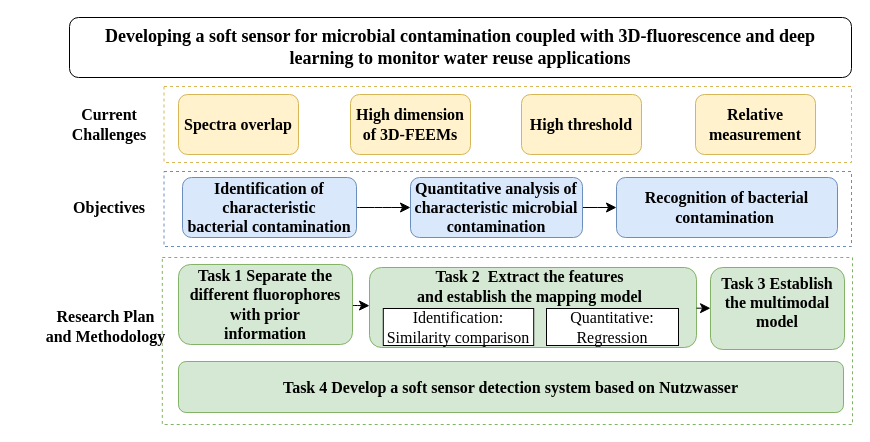
chbambooshoot/digram keeps this draw.io diagram as hb_new.drawio. Above is the earlier version. Source tidied: cells renumbered, new cells numbered last; positions are measured from the earlier drawing's top-left corner, leaving out a move shared by most shapes. Both pictures are drawn from the tidied source at 100%, with x=0, y=0 at pixel (17, 17).
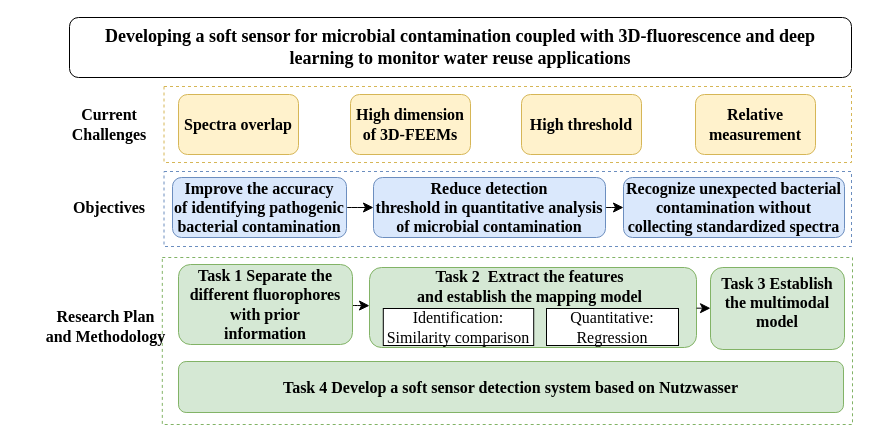
Above is the later version.

What changed in the source:
```diff
@@
-    <mxCell id="13" value="&lt;a name=&quot;OLE_LINK10&quot;&gt;&lt;span lang=&quot;EN-US&quot; style=&quot;font-size:12.0pt;font-family:&amp;quot;Times New Roman&amp;quot;,serif;mso-fareast-font-family:&lt;br/&gt;等线;mso-fareast-theme-font:minor-fareast;mso-font-kerning:1.0pt;mso-ansi-language:&lt;br/&gt;EN-US;mso-fareast-language:ZH-CN;mso-bidi-language:AR-SA&quot;&gt;Identification of characteristic&lt;br&gt;bacterial contamination&lt;/span&gt;&lt;/a&gt;" style="rounded=1;whiteSpace=wrap;html=1;fontSize=16;fillColor=#dae8fc;strokeColor=#6c8ebf;fontFamily=Times New Roman;fontStyle=1;" parent="1" vertex="1">
-      <mxGeometry x="165" y="160" width="174" height="60" as="geometry" />
+    <mxCell id="13" value="&lt;a name=&quot;_Hlk170631194&quot;&gt;&lt;span style=&quot;font-size:12.0pt;font-family:&amp;quot;Times New Roman&amp;quot;,serif;mso-fareast-font-family:&lt;br/&gt;等线;mso-fareast-theme-font:minor-fareast;mso-font-kerning:1.0pt;mso-ansi-language:&lt;br/&gt;EN-US;mso-fareast-language:ZH-CN;mso-bidi-language:AR-SA&quot; lang=&quot;EN-US&quot;&gt;Improve the accuracy&lt;br/&gt;of identifying pathogenic bacterial contamination&lt;/span&gt;&lt;/a&gt;" style="rounded=1;whiteSpace=wrap;html=1;fontSize=16;fillColor=#dae8fc;strokeColor=#6c8ebf;fontFamily=Times New Roman;fontStyle=1;" parent="1" vertex="1">
+      <mxGeometry x="155" y="160" width="174" height="60" as="geometry" />
     </mxCell>
@@
-    <mxCell id="15" value="&lt;span lang=&quot;EN-US&quot; style=&quot;font-size:12.0pt;font-family:&lt;br/&gt;&amp;quot;Times New Roman&amp;quot;,serif;mso-fareast-font-family:等线;mso-fareast-theme-font:minor-fareast;&lt;br/&gt;mso-font-kerning:1.0pt;mso-ansi-language:EN-US;mso-fareast-language:ZH-CN;&lt;br/&gt;mso-bidi-language:AR-SA&quot;&gt;Quantitative analysis of characteristic microbial&lt;br&gt;contamination&lt;/span&gt;" style="whiteSpace=wrap;html=1;fontSize=16;rounded=1;fillColor=#dae8fc;strokeColor=#6c8ebf;fontFamily=Times New Roman;fontStyle=1;" parent="1" vertex="1">
-      <mxGeometry x="393" y="160" width="172" height="60" as="geometry" />
+    <mxCell id="15" value="&lt;a name=&quot;_Hlk170631204&quot;&gt;&lt;span style=&quot;font-size:12.0pt;font-family:&amp;quot;Times New Roman&amp;quot;,serif;mso-fareast-font-family:&lt;br/&gt;等线;mso-fareast-theme-font:minor-fareast;mso-font-kerning:1.0pt;mso-ansi-language:&lt;br/&gt;EN-US;mso-fareast-language:ZH-CN;mso-bidi-language:AR-SA&quot; lang=&quot;EN-US&quot;&gt;Reduce detection&lt;br/&gt;threshold in quantitative analysis of microbial contamination&lt;/span&gt;&lt;/a&gt;" style="whiteSpace=wrap;html=1;fontSize=16;rounded=1;fillColor=#dae8fc;strokeColor=#6c8ebf;fontFamily=Times New Roman;fontStyle=1;" parent="1" vertex="1">
+      <mxGeometry x="356" y="160" width="232" height="60" as="geometry" />
     </mxCell>
-    <mxCell id="16" value="&lt;span lang=&quot;EN-US&quot; style=&quot;font-size:12.0pt;font-family:&lt;br/&gt;&amp;quot;Times New Roman&amp;quot;,serif;mso-fareast-font-family:等线;mso-fareast-theme-font:minor-fareast;&lt;br/&gt;mso-font-kerning:1.0pt;mso-ansi-language:EN-US;mso-fareast-language:ZH-CN;&lt;br/&gt;mso-bidi-language:AR-SA&quot;&gt;Recognition of bacterial contamination&amp;nbsp;&lt;/span&gt;" style="whiteSpace=wrap;html=1;fontSize=16;rounded=1;fillColor=#dae8fc;strokeColor=#6c8ebf;fontFamily=Times New Roman;fontStyle=1;" parent="1" vertex="1">
-      <mxGeometry x="599" y="160" width="221" height="60" as="geometry" />
+    <mxCell id="16" value="&lt;a name=&quot;_Hlk170631226&quot;&gt;&lt;span style=&quot;font-size:12.0pt;font-family:&amp;quot;Times New Roman&amp;quot;,serif;mso-fareast-font-family:&lt;br/&gt;等线;mso-fareast-theme-font:minor-fareast;mso-font-kerning:1.0pt;mso-ansi-language:&lt;br/&gt;EN-US;mso-fareast-language:ZH-CN;mso-bidi-language:AR-SA&quot; lang=&quot;EN-US&quot;&gt;Recognize unexpected bacterial&lt;br/&gt;contamination without collecting standardized spectra&lt;/span&gt;&lt;/a&gt;" style="whiteSpace=wrap;html=1;fontSize=16;rounded=1;fillColor=#dae8fc;strokeColor=#6c8ebf;fontFamily=Times New Roman;fontStyle=1;" parent="1" vertex="1">
+      <mxGeometry x="606" y="160" width="221" height="60" as="geometry" />
     </mxCell>
```
